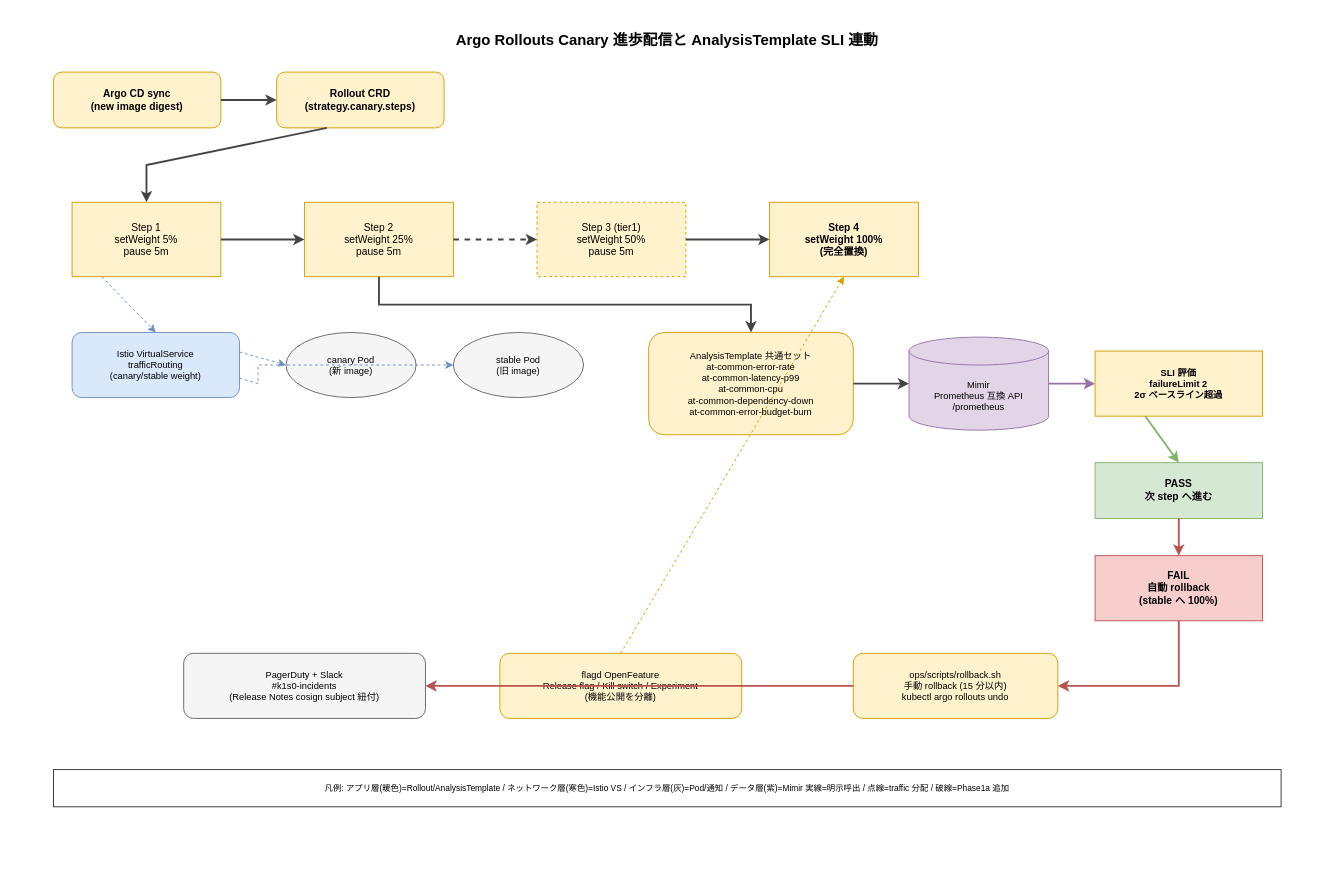
Earlier version of the draw.io diagram docs/05_実装/70_リリース設計/20_ArgoRollouts_PD/img/20_ArgoRollouts_Canary_Analysis.drawio (RyuheiKiso/k1s0). Source tidied: cells renumbered, new cells numbered last; positions are measured from the earlier drawing's top-left corner, leaving out a move shared by most shapes. Both pictures are drawn from the tidied source at 93%, with x=0, y=0 at pixel (16, 16).
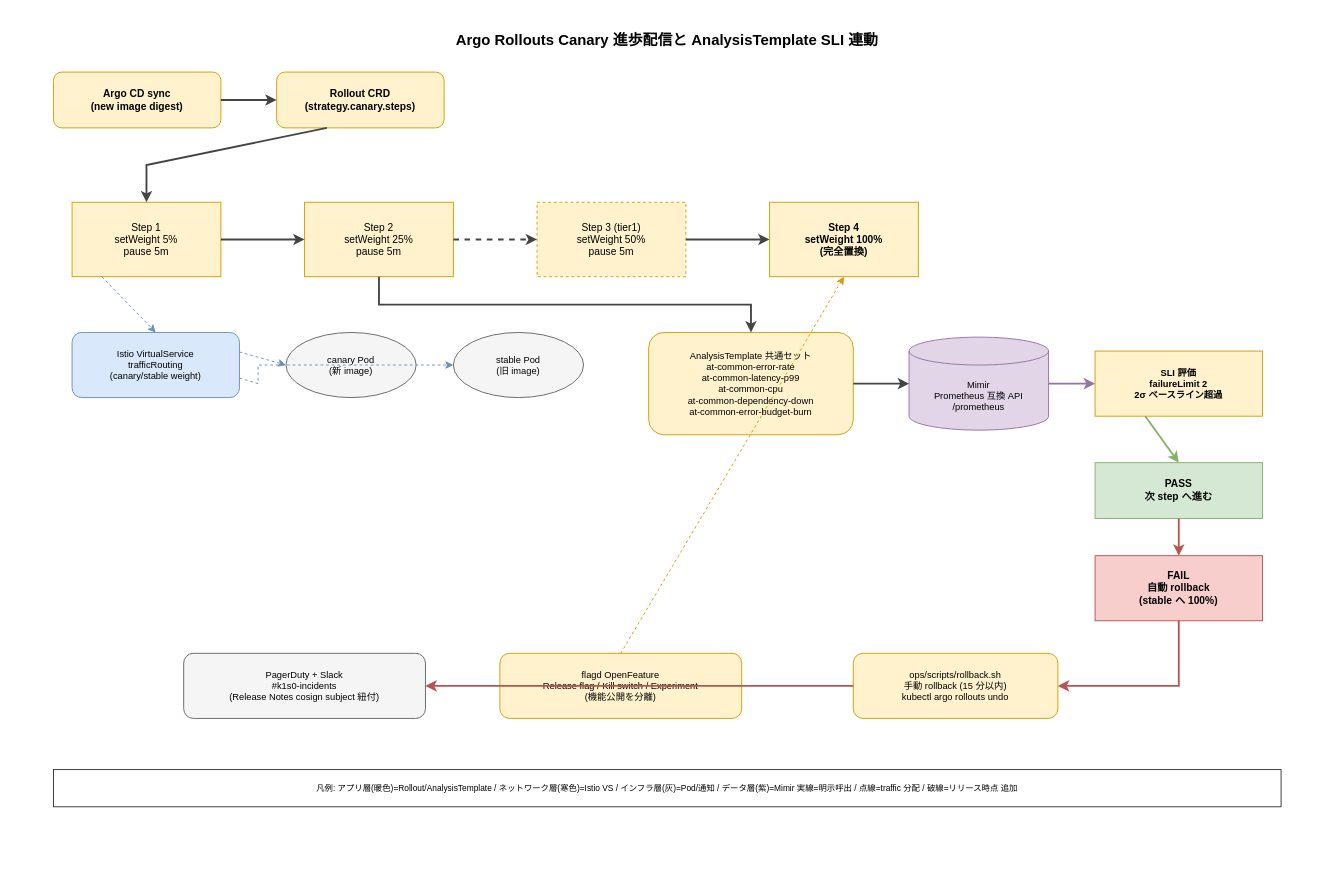
The same diagram, later.

Change to the diagram source:
```diff
@@
-    <mxCell id="21" value="凡例: アプリ層(暖色)=Rollout/AnalysisTemplate / ネットワーク層(寒色)=Istio VS / インフラ層(灰)=Pod/通知 / データ層(紫)=Mimir  実線=明示呼出 / 点線=traffic 分配 / 破線=Phase1a 追加" style="rounded=0;whiteSpace=wrap;html=1;fillColor=#FFFFFF;strokeColor=#333333;fontSize=9;" parent="1" vertex="1">
+    <mxCell id="21" value="凡例: アプリ層(暖色)=Rollout/AnalysisTemplate / ネットワーク層(寒色)=Istio VS / インフラ層(灰)=Pod/通知 / データ層(紫)=Mimir  実線=明示呼出 / 点線=traffic 分配 / 破線=リリース時点 追加" style="rounded=0;whiteSpace=wrap;html=1;fillColor=#FFFFFF;strokeColor=#333333;fontSize=9;" parent="1" vertex="1">
       <mxGeometry x="40" y="810" width="1320" height="40" as="geometry" />
     </mxCell>
```
